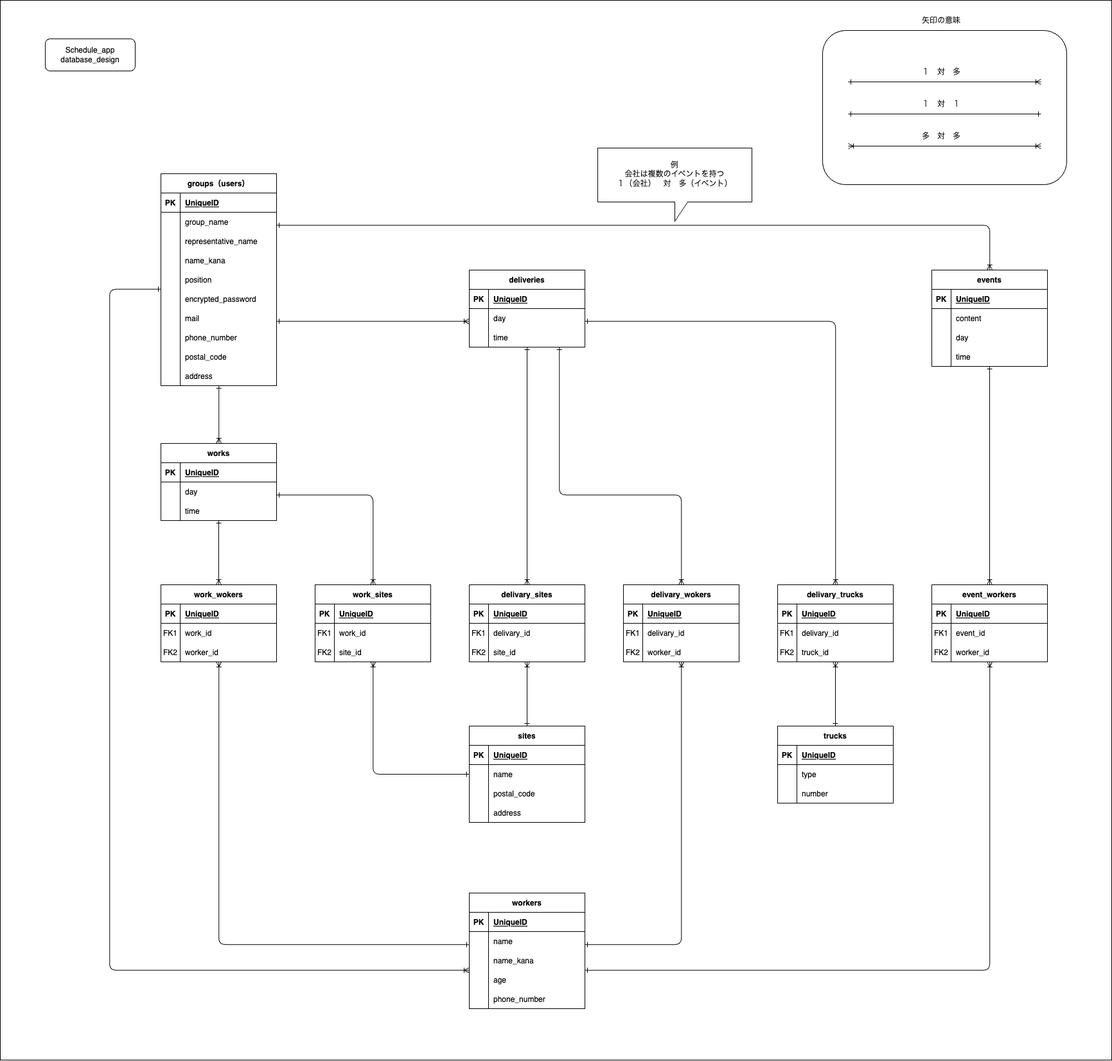
Above: database_design.png in nagai-sho/schedule_app (draw.io), before the change. Source tidied: cells renumbered, new cells last; positions are measured from the earlier drawing's top-left corner, leaving out a move shared by most shapes.
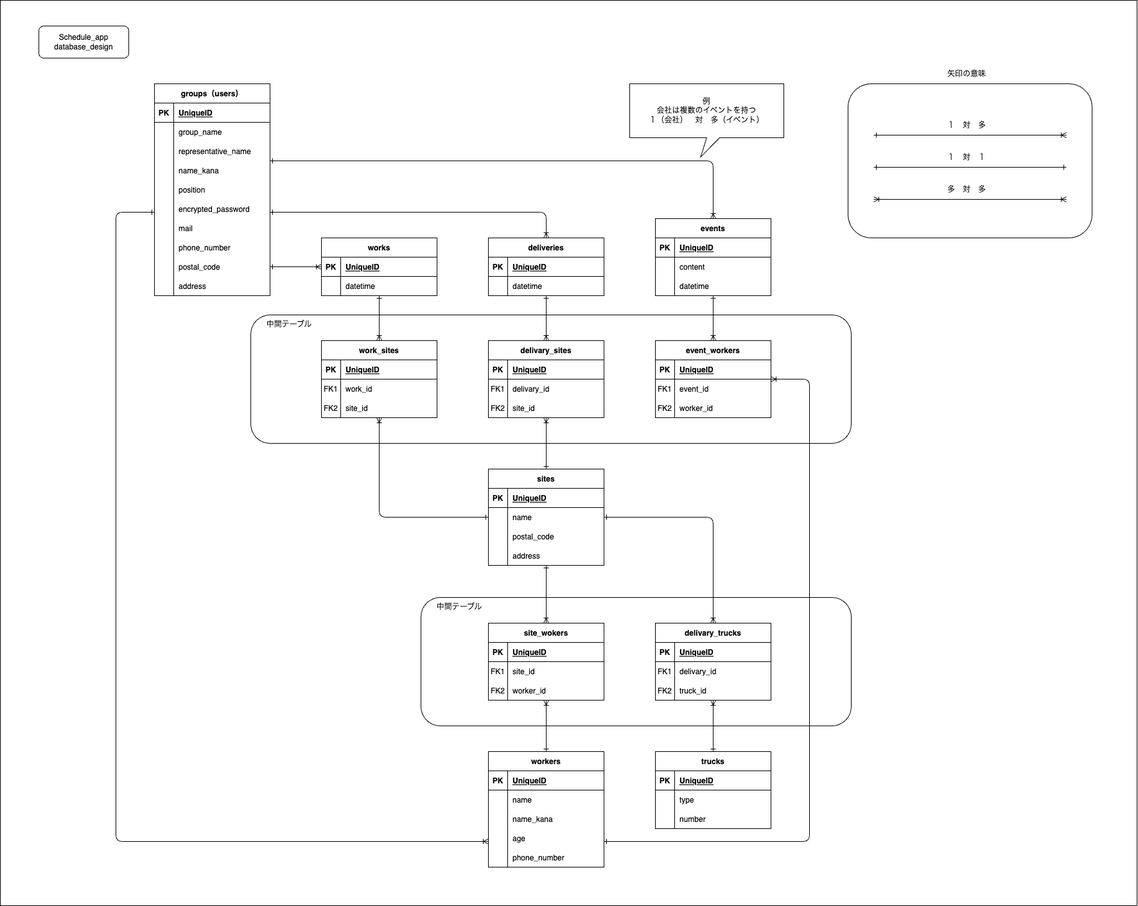
Later version of the same file.

Commit message:
Modification of database_design

The edit, as a diff of the source:
```diff
@@ -5,9 +5,30 @@
     <mxCell id="2" style="rounded=0;whiteSpace=wrap;html=1;fillColor=none;" parent="1" vertex="1">
-      <mxGeometry width="1730" height="1650" as="geometry" />
+      <mxGeometry x="-10" y="140" width="1770" height="1410" as="geometry" />
     </mxCell>
+    <mxCell id="194" style="group;fillColor=none;" parent="1" vertex="1">
+      <mxGeometry x="380" y="630" width="935" height="640" as="geometry" />
+    </mxCell>
+    <mxCell id="195" style="group;" parent="194" vertex="1">
+      <mxGeometry x="265" y="440" width="670" height="200" as="geometry" />
+    </mxCell>
+    <mxCell id="196" style="rounded=1;whiteSpace=wrap;html=1;" parent="195" vertex="1">
+      <mxGeometry width="670" height="200" as="geometry" />
+    </mxCell>
+    <mxCell id="197" value="中間テーブル" style="text;html=1;strokeColor=none;fillColor=none;align=center;verticalAlign=middle;whiteSpace=wrap;rounded=0;" parent="195" vertex="1">
+      <mxGeometry width="120" height="30" as="geometry" />
+    </mxCell>
+    <mxCell id="198" style="group;" parent="194" vertex="1">
+      <mxGeometry width="935" height="200" as="geometry" />
+    </mxCell>
+    <mxCell id="199" style="rounded=1;whiteSpace=wrap;html=1;" parent="198" vertex="1">
+      <mxGeometry width="935" height="200" as="geometry" />
+    </mxCell>
+    <mxCell id="200" value="中間テーブル" style="text;html=1;strokeColor=none;fillColor=none;align=center;verticalAlign=middle;whiteSpace=wrap;rounded=0;" parent="198" vertex="1">
+      <mxGeometry width="120" height="30" as="geometry" />
+    </mxCell>
     <mxCell id="3" value="Schedule_app&lt;br&gt;database_design" style="rounded=1;whiteSpace=wrap;html=1;" parent="1" vertex="1">
-      <mxGeometry x="70" y="60" width="140" height="50" as="geometry" />
+      <mxGeometry x="50" y="180" width="140" height="50" as="geometry" />
     </mxCell>
     <mxCell id="4" value="groups（users）" style="shape=table;startSize=30;rowLines=0;fontStyle=1;align=center;" parent="1" vertex="1">
-      <mxGeometry x="250" y="270" width="180" height="330" as="geometry" />
+      <mxGeometry x="230" y="270" width="180" height="330" as="geometry" />
     </mxCell>
@@ -104,3 +125,3 @@
     <mxCell id="35" value="sites" style="shape=table;startSize=30;rowLines=0;fontStyle=1;align=center;" parent="1" vertex="1">
-      <mxGeometry x="730" y="1130" width="180" height="150" as="geometry" />
+      <mxGeometry x="750" y="870" width="180" height="150" as="geometry" />
     </mxCell>
@@ -143,3 +164,3 @@
     <mxCell id="48" value="works" style="shape=table;startSize=30;rowLines=0;fontStyle=1;align=center;" parent="1" vertex="1">
-      <mxGeometry x="250" y="690" width="180" height="120" as="geometry" />
+      <mxGeometry x="490" y="510" width="180" height="90" as="geometry" />
     </mxCell>
@@ -160,16 +181,7 @@
     </mxCell>
-    <mxCell id="54" value="day" style="shape=partialRectangle;fillColor=none;top=0;left=0;bottom=0;right=0;align=left;spacingLeft=6;overflow=hidden;" parent="52" vertex="1">
+    <mxCell id="54" value="datetime" style="shape=partialRectangle;fillColor=none;top=0;left=0;bottom=0;right=0;align=left;spacingLeft=6;overflow=hidden;" parent="52" vertex="1">
       <mxGeometry x="30" width="150" height="30" as="geometry" />
     </mxCell>
-    <mxCell id="55" style="shape=tableRow;horizontal=0;startSize=0;swimlaneHead=0;swimlaneBody=0;fillColor=none;top=0;left=0;right=0;bottom=0;" parent="48" vertex="1">
-      <mxGeometry y="90" width="180" height="30" as="geometry" />
-    </mxCell>
-    <mxCell id="56" style="shape=partialRectangle;fillColor=none;top=0;left=0;bottom=0;right=0;overflow=hidden;" parent="55" vertex="1">
-      <mxGeometry width="30" height="30" as="geometry" />
-    </mxCell>
-    <mxCell id="57" value="time" style="shape=partialRectangle;fillColor=none;top=0;left=0;bottom=0;right=0;align=left;spacingLeft=6;overflow=hidden;" parent="55" vertex="1">
-      <mxGeometry x="30" width="150" height="30" as="geometry" />
-    </mxCell>
     <mxCell id="58" value="deliveries" style="shape=table;startSize=30;rowLines=0;fontStyle=1;align=center;" parent="1" vertex="1">
-      <mxGeometry x="730" y="420" width="180" height="120" as="geometry" />
+      <mxGeometry x="750" y="510" width="180" height="90" as="geometry" />
     </mxCell>
@@ -190,16 +202,7 @@
     </mxCell>
-    <mxCell id="64" value="day" style="shape=partialRectangle;fillColor=none;top=0;left=0;bottom=0;right=0;align=left;spacingLeft=6;overflow=hidden;" parent="62" vertex="1">
+    <mxCell id="64" value="datetime" style="shape=partialRectangle;fillColor=none;top=0;left=0;bottom=0;right=0;align=left;spacingLeft=6;overflow=hidden;" parent="62" vertex="1">
       <mxGeometry x="30" width="150" height="30" as="geometry" />
     </mxCell>
-    <mxCell id="65" style="shape=tableRow;horizontal=0;startSize=0;swimlaneHead=0;swimlaneBody=0;fillColor=none;top=0;left=0;right=0;bottom=0;" parent="58" vertex="1">
-      <mxGeometry y="90" width="180" height="30" as="geometry" />
-    </mxCell>
-    <mxCell id="66" style="shape=partialRectangle;fillColor=none;top=0;left=0;bottom=0;right=0;overflow=hidden;" parent="65" vertex="1">
-      <mxGeometry width="30" height="30" as="geometry" />
-    </mxCell>
-    <mxCell id="67" value="time" style="shape=partialRectangle;fillColor=none;top=0;left=0;bottom=0;right=0;align=left;spacingLeft=6;overflow=hidden;" parent="65" vertex="1">
-      <mxGeometry x="30" width="150" height="30" as="geometry" />
-    </mxCell>
     <mxCell id="68" value="events" style="shape=table;startSize=30;rowLines=0;fontStyle=1;align=center;" parent="1" vertex="1">
-      <mxGeometry x="1450" y="420" width="180" height="150" as="geometry" />
+      <mxGeometry x="1010" y="480" width="180" height="120" as="geometry" />
     </mxCell>
@@ -229,16 +232,7 @@
     </mxCell>
-    <mxCell id="77" value="day" style="shape=partialRectangle;fillColor=none;top=0;left=0;bottom=0;right=0;align=left;spacingLeft=6;overflow=hidden;" parent="75" vertex="1">
+    <mxCell id="77" value="datetime" style="shape=partialRectangle;fillColor=none;top=0;left=0;bottom=0;right=0;align=left;spacingLeft=6;overflow=hidden;" parent="75" vertex="1">
       <mxGeometry x="30" width="150" height="30" as="geometry" />
     </mxCell>
-    <mxCell id="78" style="shape=tableRow;horizontal=0;startSize=0;swimlaneHead=0;swimlaneBody=0;fillColor=none;top=0;left=0;right=0;bottom=0;" parent="68" vertex="1">
-      <mxGeometry y="120" width="180" height="30" as="geometry" />
-    </mxCell>
-    <mxCell id="79" style="shape=partialRectangle;fillColor=none;top=0;left=0;bottom=0;right=0;overflow=hidden;" parent="78" vertex="1">
-      <mxGeometry width="30" height="30" as="geometry" />
-    </mxCell>
-    <mxCell id="80" value="time" style="shape=partialRectangle;fillColor=none;top=0;left=0;bottom=0;right=0;align=left;spacingLeft=6;overflow=hidden;" parent="78" vertex="1">
-      <mxGeometry x="30" width="150" height="30" as="geometry" />
-    </mxCell>
     <mxCell id="81" value="trucks" style="shape=table;startSize=30;rowLines=0;fontStyle=1;align=center;" parent="1" vertex="1">
-      <mxGeometry x="1210" y="1130" width="180" height="120" as="geometry" />
+      <mxGeometry x="1010" y="1310" width="180" height="120" as="geometry" />
     </mxCell>
@@ -274,3 +268,3 @@
         <Array as="points">
-          <mxPoint x="580" y="770" />
+          <mxPoint x="580" y="740" />
         </Array>
@@ -279,3 +273,3 @@
     <mxCell id="92" value="workers" style="shape=table;startSize=30;rowLines=0;fontStyle=1;align=center;" parent="1" vertex="1">
-      <mxGeometry x="730" y="1390" width="180" height="180" as="geometry" />
+      <mxGeometry x="750" y="1310" width="180" height="180" as="geometry" />
     </mxCell>
@@ -329,3 +323,3 @@
         <Array as="points">
-          <mxPoint x="1540" y="350" />
+          <mxPoint x="1100" y="390" />
         </Array>
@@ -336,4 +330,4 @@
         <Array as="points">
-          <mxPoint x="580" y="500" />
-          <mxPoint x="580" y="500" />
+          <mxPoint x="580" y="470" />
+          <mxPoint x="580" y="470" />
         </Array>
@@ -344,4 +338,4 @@
         <Array as="points">
-          <mxPoint x="340" y="650" />
-          <mxPoint x="340" y="650" />
+          <mxPoint x="460" y="555" />
+          <mxPoint x="460" y="555" />
         </Array>
@@ -352,4 +346,4 @@
         <Array as="points">
-          <mxPoint x="170" y="450" />
-          <mxPoint x="170" y="1510" />
+          <mxPoint x="170" y="470" />
+          <mxPoint x="170" y="1450" />
         </Array>
@@ -358,3 +352,3 @@
     <mxCell id="112" value="work_sites" style="shape=table;startSize=30;rowLines=0;fontStyle=1;align=center;" parent="1" vertex="1">
-      <mxGeometry x="490" y="910" width="180" height="120" as="geometry" />
+      <mxGeometry x="490" y="670" width="180" height="120" as="geometry" />
     </mxCell>
@@ -390,4 +384,4 @@
     </mxCell>
-    <mxCell id="123" value="work_wokers" style="shape=table;startSize=30;rowLines=0;fontStyle=1;align=center;" parent="1" vertex="1">
-      <mxGeometry x="250" y="910" width="180" height="120" as="geometry" />
+    <mxCell id="123" value="site_wokers" style="shape=table;startSize=30;rowLines=0;fontStyle=1;align=center;" parent="1" vertex="1">
+      <mxGeometry x="750" y="1110" width="180" height="120" as="geometry" />
     </mxCell>
@@ -408,3 +402,3 @@
     </mxCell>
-    <mxCell id="129" value="work_id" style="shape=partialRectangle;fillColor=none;top=0;left=0;bottom=0;right=0;align=left;spacingLeft=6;overflow=hidden;" parent="127" vertex="1">
+    <mxCell id="129" value="site_id" style="shape=partialRectangle;fillColor=none;top=0;left=0;bottom=0;right=0;align=left;spacingLeft=6;overflow=hidden;" parent="127" vertex="1">
       <mxGeometry x="30" width="150" height="30" as="geometry" />
@@ -420,3 +414,3 @@
     </mxCell>
-    <mxCell id="133" style="edgeStyle=orthogonalEdgeStyle;html=1;endArrow=ERoneToMany;endFill=0;startArrow=ERone;startFill=0;" parent="1" edge="1" source="48" target="123">
+    <mxCell id="133" style="edgeStyle=orthogonalEdgeStyle;html=1;endArrow=ERoneToMany;endFill=0;startArrow=ERone;startFill=0;" parent="1" edge="1" source="35" target="123">
       <mxGeometry relative="1" as="geometry" />
@@ -424,7 +418,3 @@
     <mxCell id="134" style="edgeStyle=orthogonalEdgeStyle;html=1;endArrow=ERoneToMany;endFill=0;startArrow=ERone;startFill=0;" parent="1" edge="1" source="92" target="123">
-      <mxGeometry relative="1" as="geometry">
-        <Array as="points">
-          <mxPoint x="340" y="1470" />
-        </Array>
-      </mxGeometry>
+      <mxGeometry relative="1" as="geometry" />
     </mxCell>
@@ -434,3 +424,3 @@
     <mxCell id="136" value="delivary_sites" style="shape=table;startSize=30;rowLines=0;fontStyle=1;align=center;" parent="1" vertex="1">
-      <mxGeometry x="730" y="910" width="180" height="120" as="geometry" />
+      <mxGeometry x="750" y="670" width="180" height="120" as="geometry" />
     </mxCell>
@@ -466,49 +456,4 @@
     </mxCell>
-    <mxCell id="147" value="delivary_wokers" style="shape=table;startSize=30;rowLines=0;fontStyle=1;align=center;" parent="1" vertex="1">
-      <mxGeometry x="970" y="910" width="180" height="120" as="geometry" />
-    </mxCell>
-    <mxCell id="148" style="shape=tableRow;horizontal=0;startSize=0;swimlaneHead=0;swimlaneBody=0;fillColor=none;top=0;left=0;right=0;bottom=1;" parent="147" vertex="1">
-      <mxGeometry y="30" width="180" height="30" as="geometry" />
-    </mxCell>
-    <mxCell id="149" value="PK" style="shape=partialRectangle;fillColor=none;top=0;left=0;bottom=0;right=0;fontStyle=1;overflow=hidden;" parent="148" vertex="1">
-      <mxGeometry width="30" height="30" as="geometry" />
-    </mxCell>
-    <mxCell id="150" value="UniqueID" style="shape=partialRectangle;fillColor=none;top=0;left=0;bottom=0;right=0;align=left;spacingLeft=6;fontStyle=5;overflow=hidden;" parent="148" vertex="1">
-      <mxGeometry x="30" width="150" height="30" as="geometry" />
-    </mxCell>
-    <mxCell id="151" style="shape=tableRow;horizontal=0;startSize=0;swimlaneHead=0;swimlaneBody=0;fillColor=none;top=0;left=0;right=0;bottom=0;" parent="147" vertex="1">
-      <mxGeometry y="60" width="180" height="30" as="geometry" />
-    </mxCell>
-    <mxCell id="152" value="FK1" style="shape=partialRectangle;fillColor=none;top=0;left=0;bottom=0;right=0;overflow=hidden;" parent="151" vertex="1">
-      <mxGeometry width="30" height="30" as="geometry" />
-    </mxCell>
-    <mxCell id="153" value="delivary_id" style="shape=partialRectangle;fillColor=none;top=0;left=0;bottom=0;right=0;align=left;spacingLeft=6;overflow=hidden;" parent="151" vertex="1">
-      <mxGeometry x="30" width="150" height="30" as="geometry" />
-    </mxCell>
-    <mxCell id="154" style="shape=tableRow;horizontal=0;startSize=0;swimlaneHead=0;swimlaneBody=0;fillColor=none;top=0;left=0;right=0;bottom=0;" parent="147" vertex="1">
-      <mxGeometry y="90" width="180" height="30" as="geometry" />
-    </mxCell>
-    <mxCell id="155" value="FK2" style="shape=partialRectangle;fillColor=none;top=0;left=0;bottom=0;right=0;overflow=hidden;" parent="154" vertex="1">
-      <mxGeometry width="30" height="30" as="geometry" />
-    </mxCell>
-    <mxCell id="156" value="worker_id" style="shape=partialRectangle;fillColor=none;top=0;left=0;bottom=0;right=0;align=left;spacingLeft=6;overflow=hidden;" parent="154" vertex="1">
-      <mxGeometry x="30" width="150" height="30" as="geometry" />
-    </mxCell>
-    <mxCell id="157" style="edgeStyle=orthogonalEdgeStyle;html=1;endArrow=ERoneToMany;endFill=0;startArrow=ERone;startFill=0;" parent="1" edge="1" source="92" target="147">
-      <mxGeometry relative="1" as="geometry">
-        <Array as="points">
-          <mxPoint x="1060" y="1470" />
-        </Array>
-      </mxGeometry>
-    </mxCell>
-    <mxCell id="158" style="edgeStyle=orthogonalEdgeStyle;html=1;endArrow=ERoneToMany;endFill=0;startArrow=ERone;startFill=0;" parent="1" edge="1" source="58" target="147">
-      <mxGeometry relative="1" as="geometry">
-        <Array as="points">
-          <mxPoint x="870" y="770" />
-          <mxPoint x="1060" y="770" />
-        </Array>
-      </mxGeometry>
-    </mxCell>
     <mxCell id="159" value="delivary_trucks" style="shape=table;startSize=30;rowLines=0;fontStyle=1;align=center;" parent="1" vertex="1">
-      <mxGeometry x="1210" y="910" width="180" height="120" as="geometry" />
+      <mxGeometry x="1010" y="1110" width="180" height="120" as="geometry" />
     </mxCell>
@@ -541,6 +486,6 @@
     </mxCell>
-    <mxCell id="169" style="edgeStyle=orthogonalEdgeStyle;html=1;endArrow=ERoneToMany;endFill=0;startArrow=ERone;startFill=0;" parent="1" edge="1" source="58" target="159">
+    <mxCell id="169" style="edgeStyle=orthogonalEdgeStyle;html=1;endArrow=ERoneToMany;endFill=0;startArrow=ERone;startFill=0;" parent="1" edge="1" source="35" target="159">
       <mxGeometry relative="1" as="geometry">
         <Array as="points">
-          <mxPoint x="1300" y="500" />
+          <mxPoint x="1100" y="945" />
         </Array>
@@ -552,3 +497,3 @@
     <mxCell id="171" value="event_workers" style="shape=table;startSize=30;rowLines=0;fontStyle=1;align=center;" parent="1" vertex="1">
-      <mxGeometry x="1450" y="910" width="180" height="120" as="geometry" />
+      <mxGeometry x="1010" y="670" width="180" height="120" as="geometry" />
     </mxCell>
@@ -584,3 +529,4 @@
         <Array as="points">
-          <mxPoint x="1540" y="1510" />
+          <mxPoint x="1250" y="1450" />
+          <mxPoint x="1250" y="730" />
         </Array>
@@ -589,14 +535,9 @@
     <mxCell id="182" style="edgeStyle=orthogonalEdgeStyle;html=1;endArrow=ERoneToMany;endFill=0;startArrow=ERone;startFill=0;" parent="1" edge="1" source="68" target="171">
-      <mxGeometry relative="1" as="geometry">
-        <Array as="points">
-          <mxPoint x="1540" y="950" />
-          <mxPoint x="1540" y="950" />
-        </Array>
-      </mxGeometry>
+      <mxGeometry relative="1" as="geometry" />
     </mxCell>
-    <mxCell id="183" value="例&lt;br&gt;会社は複数のイベントを持つ&lt;br&gt;１（会社）　対　多（イベント）" style="shape=callout;whiteSpace=wrap;html=1;perimeter=calloutPerimeter;" parent="1" vertex="1">
-      <mxGeometry x="930" y="230" width="240" height="114" as="geometry" />
+    <mxCell id="183" value="例&lt;br&gt;会社は複数のイベントを持つ&lt;br&gt;１（会社）　対　多（イベント）" style="shape=callout;whiteSpace=wrap;html=1;perimeter=calloutPerimeter;position2=0.46;" parent="1" vertex="1">
+      <mxGeometry x="970" y="270" width="240" height="114" as="geometry" />
     </mxCell>
     <mxCell id="184" style="group;" parent="1" vertex="1">
-      <mxGeometry x="1410" y="17" width="250" height="270" as="geometry" />
+      <mxGeometry x="1440" y="240" width="250" height="270" as="geometry" />
     </mxCell>
```
